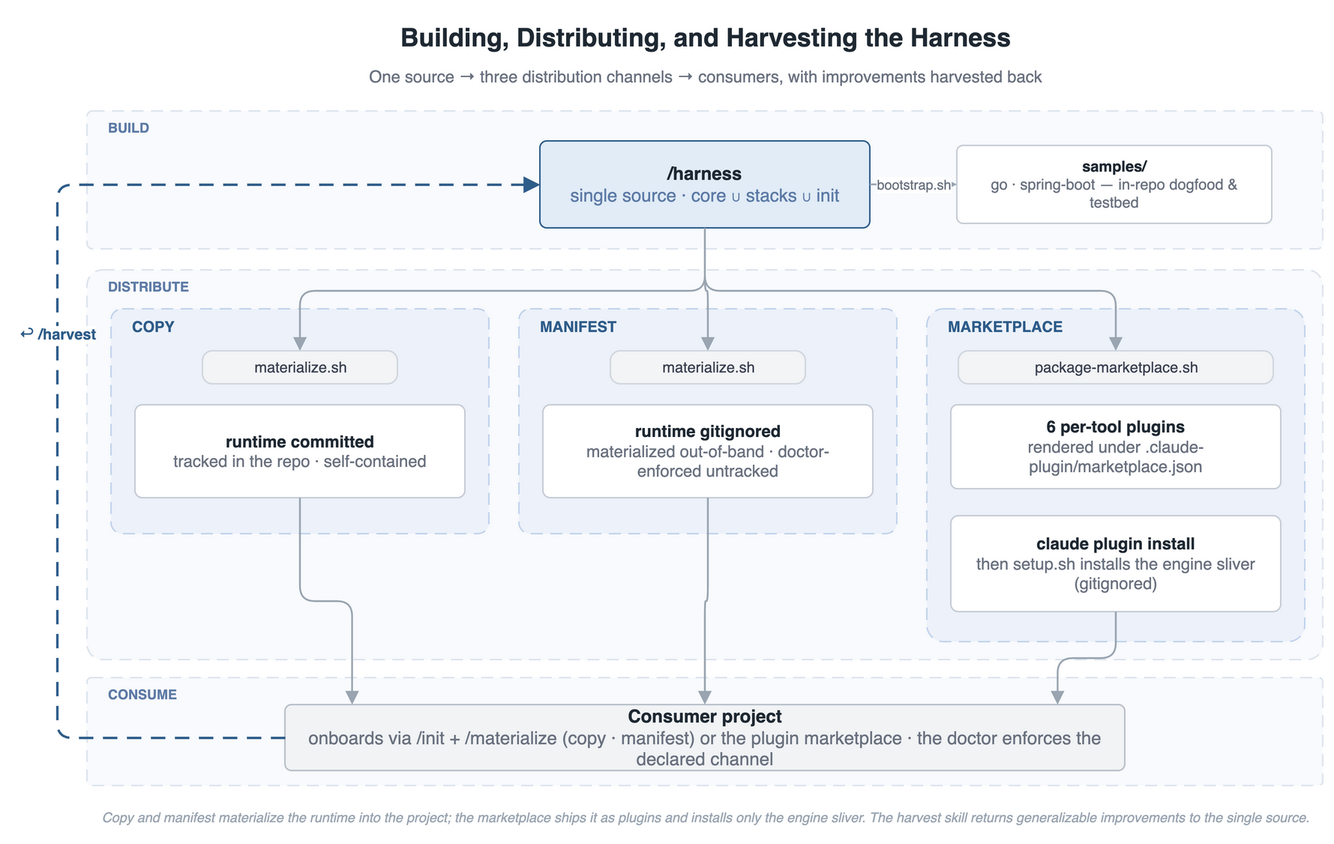
Earlier version of the draw.io export docs/images/harness-lifecycle.drawio.png (woditschka/agentic-coding-reference). Source tidied: cells renumbered, new cells last; positions are measured from the earlier drawing's top-left corner, leaving out a move shared by most shapes.
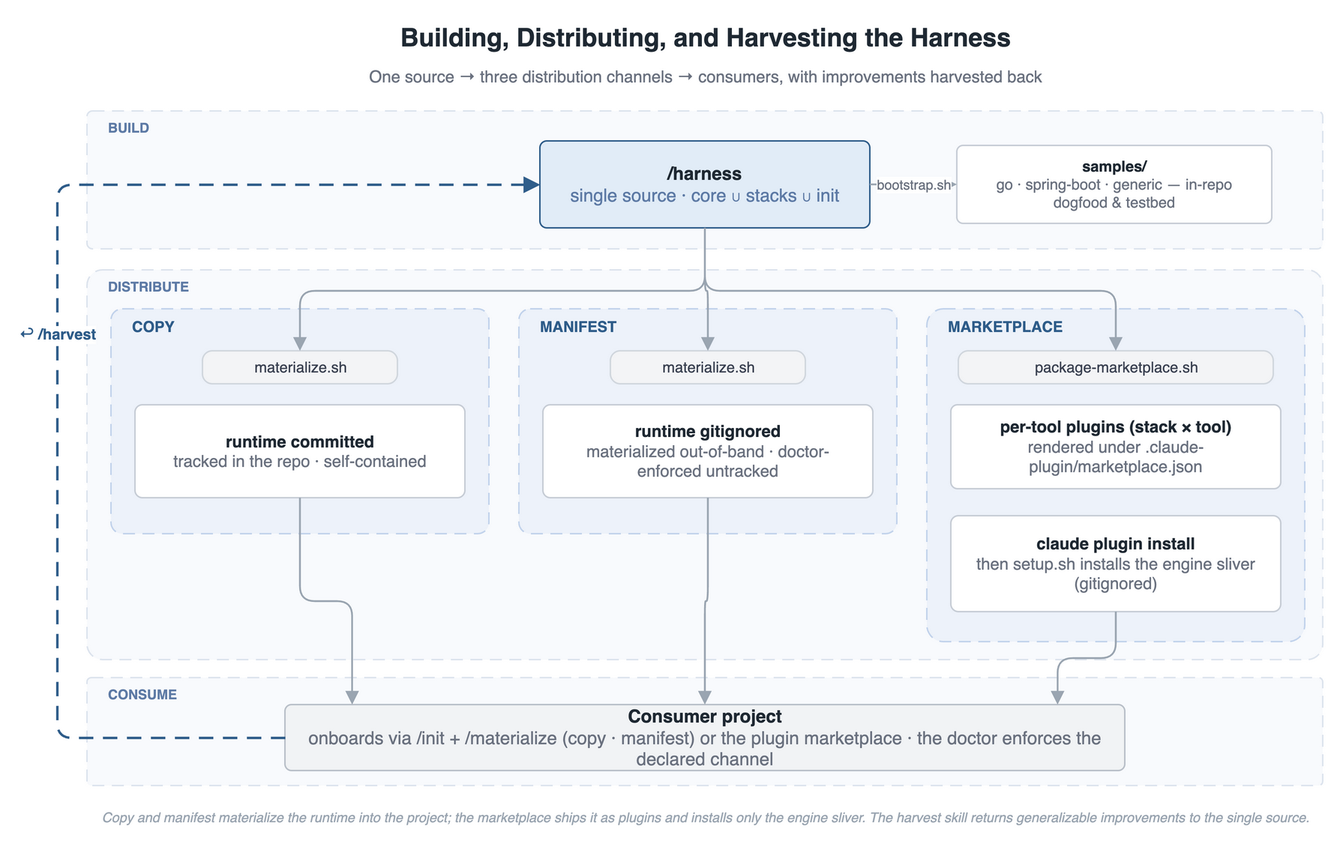
The same diagram one commit later.

The edit, as a diff of the source:
```diff
@@ -29,7 +29,7 @@
     <mxCell id="10" value="&lt;b&gt;/harness&lt;/b&gt;&lt;br&gt;&lt;font color=&quot;#5E7BA6&quot;&gt;single source · core ∪ stacks ∪ init&lt;/font&gt;" style="rounded=1;arcSize=8;whiteSpace=wrap;html=1;fillColor=#E1ECF7;strokeColor=#2F5D8A;fontSize=12;fontColor=#1F2933;verticalAlign=middle;spacingLeft=8;spacingRight=8;" parent="1" vertex="1">
       <mxGeometry x="322" y="82" width="220" height="58" as="geometry" />
     </mxCell>
-    <mxCell id="11" value="&lt;b&gt;samples/&lt;/b&gt;&lt;br&gt;&lt;font color=&quot;#6B7280&quot;&gt;go · spring-boot — in-repo dogfood &amp;amp; testbed&lt;/font&gt;" style="rounded=1;arcSize=8;whiteSpace=wrap;html=1;fillColor=#FFFFFF;strokeColor=#C7CDD6;fontSize=10;fontColor=#1F2933;verticalAlign=middle;spacingLeft=8;spacingRight=8;" parent="1" vertex="1">
+    <mxCell id="11" value="&lt;b&gt;samples/&lt;/b&gt;&lt;br&gt;&lt;font color=&quot;#6B7280&quot;&gt;go · spring-boot · generic — in-repo dogfood &amp;amp; testbed&lt;/font&gt;" style="rounded=1;arcSize=8;whiteSpace=wrap;html=1;fillColor=#FFFFFF;strokeColor=#C7CDD6;fontSize=10;fontColor=#1F2933;verticalAlign=middle;spacingLeft=8;spacingRight=8;" parent="1" vertex="1">
       <mxGeometry x="600" y="85" width="210" height="52" as="geometry" />
     </mxCell>
     <mxCell id="12" value="materialize.sh" style="rounded=1;arcSize=30;html=1;fillColor=#F3F4F6;strokeColor=#D1D7DE;fontSize=10;fontColor=#3B4252;verticalAlign=middle;" parent="1" vertex="1">
@@ -47,7 +47,7 @@
     <mxCell id="16" value="&lt;b&gt;runtime gitignored&lt;/b&gt;&lt;br&gt;&lt;font color=&quot;#6B7280&quot;&gt;materialized out-of-band · doctor-enforced untracked&lt;/font&gt;" style="rounded=1;arcSize=8;whiteSpace=wrap;html=1;fillColor=#FFFFFF;strokeColor=#C7CDD6;fontSize=11;fontColor=#1F2933;verticalAlign=middle;spacingLeft=8;spacingRight=8;" parent="1" vertex="1">
       <mxGeometry x="324" y="258" width="220" height="62" as="geometry" />
     </mxCell>
-    <mxCell id="17" value="&lt;b&gt;6 per-tool plugins&lt;/b&gt;&lt;br&gt;&lt;font color=&quot;#6B7280&quot;&gt;rendered under .claude-plugin/marketplace.json&lt;/font&gt;" style="rounded=1;arcSize=8;whiteSpace=wrap;html=1;fillColor=#FFFFFF;strokeColor=#C7CDD6;fontSize=11;fontColor=#1F2933;verticalAlign=middle;spacingLeft=8;spacingRight=8;" parent="1" vertex="1">
+    <mxCell id="17" value="&lt;b&gt;per-tool plugins (stack × tool)&lt;/b&gt;&lt;br&gt;&lt;font color=&quot;#6B7280&quot;&gt;rendered under .claude-plugin/marketplace.json&lt;/font&gt;" style="rounded=1;arcSize=8;whiteSpace=wrap;html=1;fillColor=#FFFFFF;strokeColor=#C7CDD6;fontSize=11;fontColor=#1F2933;verticalAlign=middle;spacingLeft=8;spacingRight=8;" parent="1" vertex="1">
       <mxGeometry x="596" y="258" width="220" height="56" as="geometry" />
     </mxCell>
     <mxCell id="18" value="&lt;b&gt;claude plugin install&lt;/b&gt;&lt;br&gt;&lt;font color=&quot;#6B7280&quot;&gt;then setup.sh installs the engine sliver (gitignored)&lt;/font&gt;" style="rounded=1;arcSize=8;whiteSpace=wrap;html=1;fillColor=#FFFFFF;strokeColor=#C7CDD6;fontSize=11;fontColor=#1F2933;verticalAlign=middle;spacingLeft=8;spacingRight=8;" parent="1" vertex="1">
```
